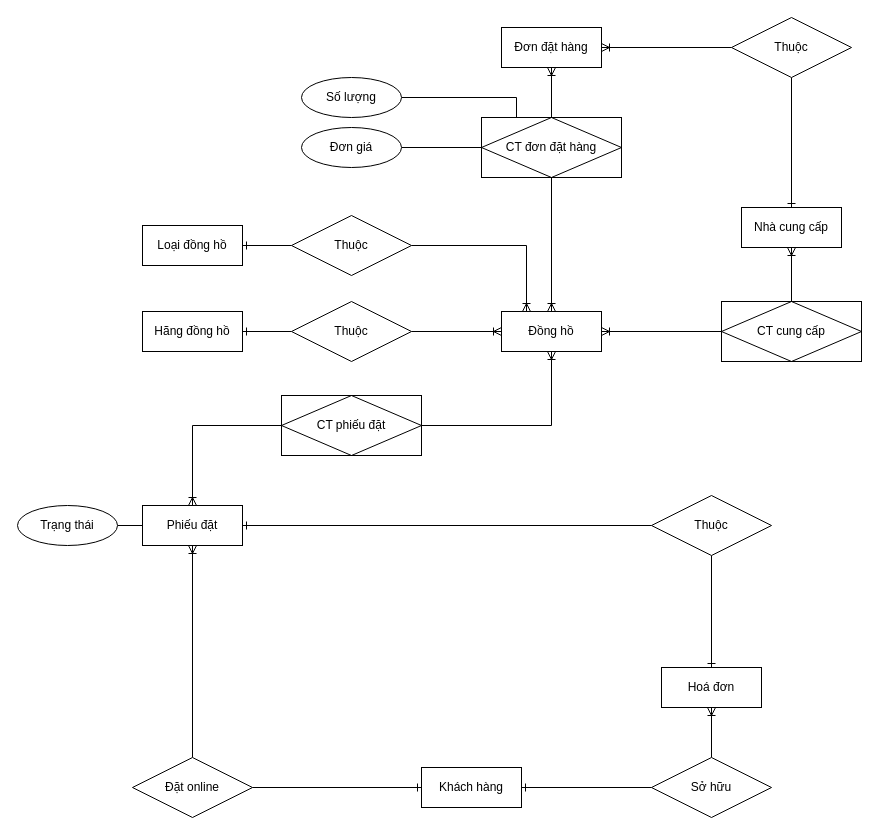
Before: page "Cutdown version" (2 of 2) of design/ERD.drawio in nnminh-haise/The-Watchers, a draw.io diagram. Source tidied: cells renumbered, new cells numbered last; positions are measured from the earlier drawing's top-left corner, leaving out a move shared by most shapes. Both pictures are drawn from the tidied source at 100%, with x=0, y=0 at pixel (17, 17).
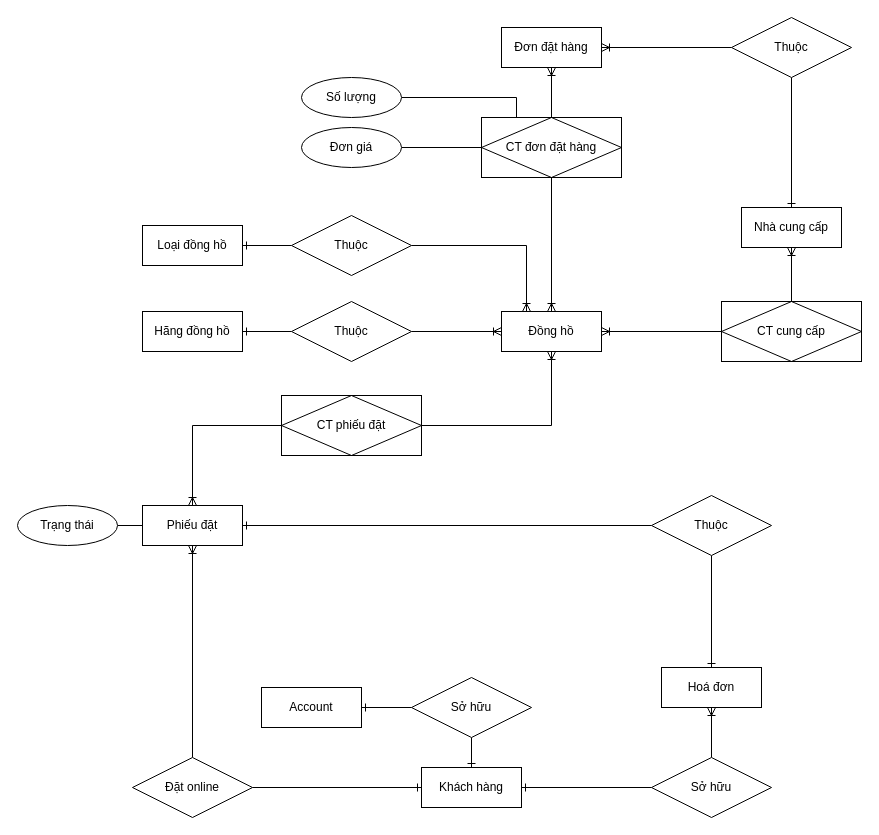
Above is the later version.

Commit message (it also covers changes not shown here):
Update week 1 and 2 report, Update database schema

The change refers to these unchanged cells:
```xml
<mxCell id="23" value="Khách hàng" style="whiteSpace=wrap;html=1;align=center;" parent="1" vertex="1">
  <mxGeometry x="404" y="750" width="100" height="40" as="geometry" />
</mxCell>
```

Diff of the diagram source:
```diff
@@
+    <mxCell id="44" value="Account" style="whiteSpace=wrap;html=1;align=center;" parent="1" vertex="1">
+      <mxGeometry x="244" y="670" width="100" height="40" as="geometry" />
+    </mxCell>
+    <mxCell id="45" style="edgeStyle=orthogonalEdgeStyle;rounded=0;jettySize=auto;html=1;exitX=0.5;exitY=1;exitDx=0;exitDy=0;entryX=0.5;entryY=0;entryDx=0;entryDy=0;endArrow=ERone;endFill=0;" parent="1" edge="1" source="47" target="23">
+      <mxGeometry relative="1" as="geometry" />
+    </mxCell>
+    <mxCell id="46" style="edgeStyle=orthogonalEdgeStyle;rounded=0;jettySize=auto;html=1;exitX=0;exitY=0.5;exitDx=0;exitDy=0;entryX=1;entryY=0.5;entryDx=0;entryDy=0;endArrow=ERone;endFill=0;" parent="1" edge="1" source="47" target="44">
+      <mxGeometry relative="1" as="geometry" />
+    </mxCell>
+    <mxCell id="47" value="Sở hữu" style="shape=rhombus;perimeter=rhombusPerimeter;whiteSpace=wrap;html=1;align=center;" parent="1" vertex="1">
+      <mxGeometry x="394" y="660" width="120" height="60" as="geometry" />
+    </mxCell>
```
